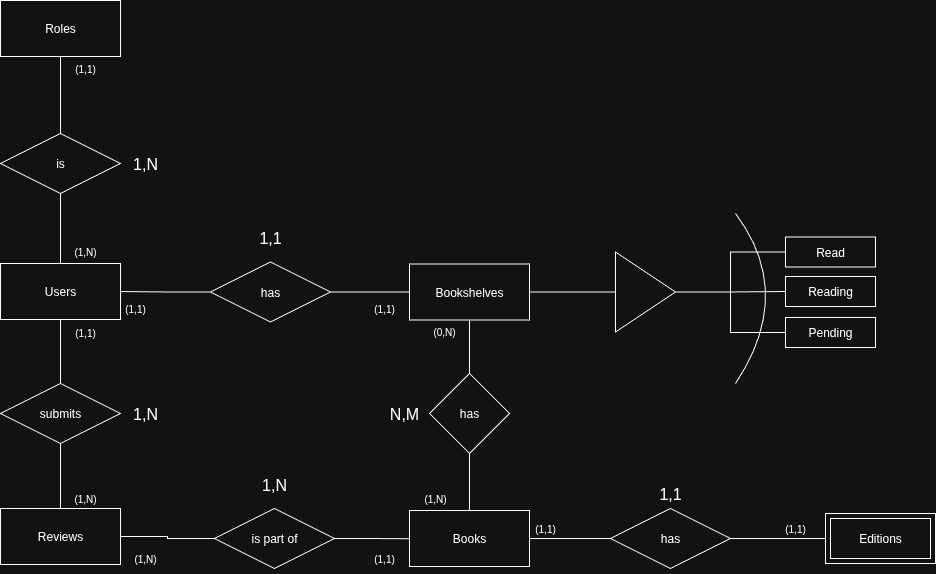
Earlier version of the draw.io export documentacion/diagramas/diagrama-er-bookbag.png (moronosoutotomas/proyecto-final-daw). Source tidied: cells renumbered, new cells last; positions are measured from the earlier drawing's top-left corner, leaving out a move shared by most shapes.
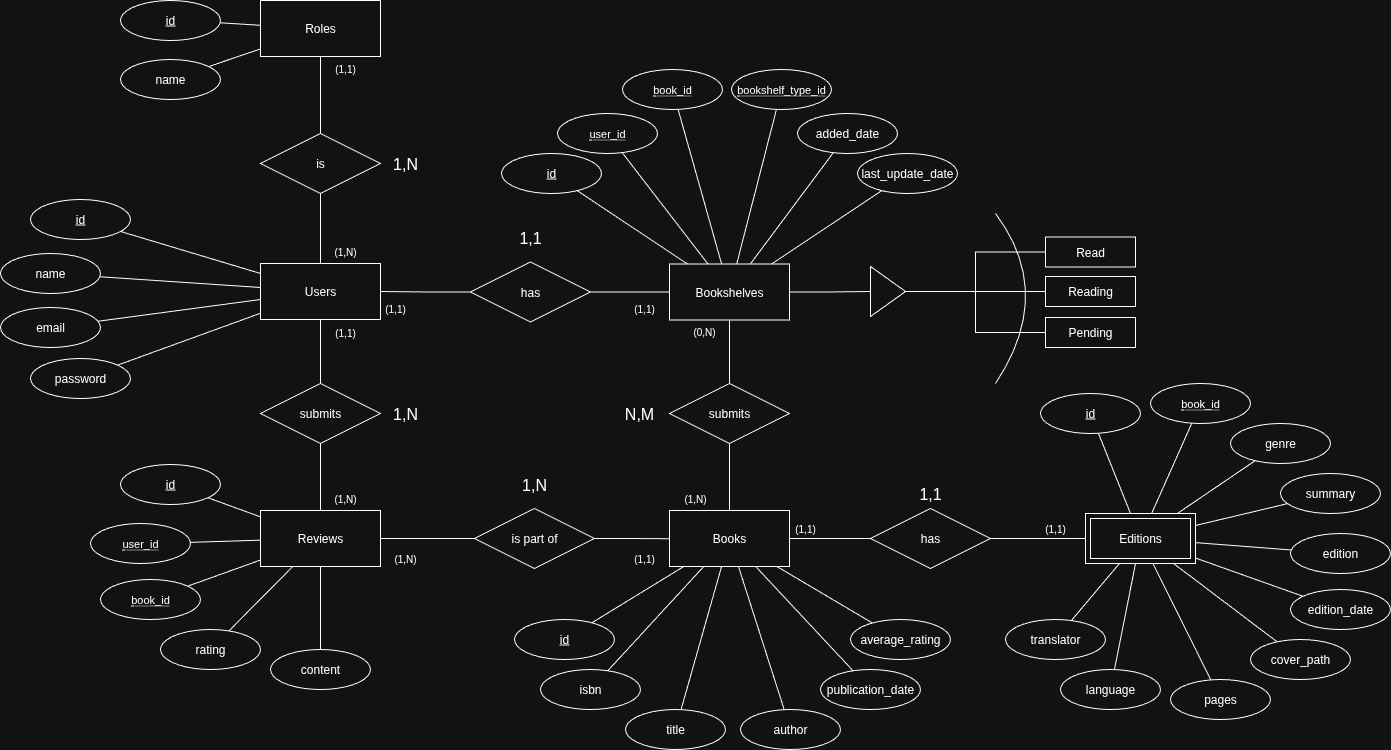
Later version of the same file.

Commit message:
Añadidos los atributos a los diagramas

Change to the diagram source:
```diff
@@ -19,14 +19,2 @@
     </mxCell>
-    <mxCell id="7" style="rhombus;whiteSpace=wrap;html=1;verticalAlign=top;strokeWidth=1;" parent="1" vertex="1">
-      <mxGeometry x="429" y="373" width="80" height="80" as="geometry" />
-    </mxCell>
-    <mxCell id="8" style="edgeStyle=orthogonalEdgeStyle;rounded=0;jettySize=auto;html=1;endArrow=none;endFill=0;" parent="1" edge="1" source="10" target="55">
-      <mxGeometry relative="1" as="geometry" />
-    </mxCell>
-    <mxCell id="9" style="edgeStyle=orthogonalEdgeStyle;rounded=0;jettySize=auto;html=1;endArrow=none;endFill=0;" parent="1" edge="1" source="10" target="56">
-      <mxGeometry relative="1" as="geometry" />
-    </mxCell>
-    <mxCell id="10" value="has" style="text;html=1;align=center;verticalAlign=middle;whiteSpace=wrap;rounded=0;" parent="1" vertex="1">
-      <mxGeometry x="434" y="373" width="70" height="80" as="geometry" />
-    </mxCell>
     <mxCell id="11" style="edgeStyle=orthogonalEdgeStyle;rounded=0;jettySize=auto;html=1;endArrow=none;endFill=0;" parent="1" edge="1" source="14" target="16">
@@ -41,3 +29,3 @@
     <mxCell id="14" style="triangle;whiteSpace=wrap;html=1;" parent="1" vertex="1">
-      <mxGeometry x="615" y="251.5" width="60" height="80" as="geometry" />
+      <mxGeometry x="610" y="266" width="35" height="50" as="geometry" />
     </mxCell>
@@ -119,3 +107,3 @@
     <mxCell id="38" value="&lt;font&gt;N,M&lt;/font&gt;" style="text;html=1;align=center;verticalAlign=middle;whiteSpace=wrap;rounded=0;fontSize=16;" parent="1" vertex="1">
-      <mxGeometry x="374" y="398" width="60" height="30" as="geometry" />
+      <mxGeometry x="349" y="398" width="60" height="30" as="geometry" />
     </mxCell>
@@ -169,3 +157,3 @@
     <mxCell id="54" value="Reviews" style="whiteSpace=wrap;html=1;align=center;fontFamily=Helvetica;fontSize=12;fontColor=default;labelBackgroundColor=default;" parent="1" vertex="1">
-      <mxGeometry y="508" width="120" height="56" as="geometry" />
+      <mxGeometry y="510" width="120" height="56" as="geometry" />
     </mxCell>
@@ -174,2 +162,5 @@
     </mxCell>
+    <mxCell id="57" style="edgeStyle=orthogonalEdgeStyle;shape=connector;rounded=0;jettySize=auto;html=1;strokeColor=default;align=center;verticalAlign=middle;fontFamily=Helvetica;fontSize=11;fontColor=default;labelBackgroundColor=default;endArrow=none;endFill=0;" parent="1" edge="1" source="56" target="125">
+      <mxGeometry relative="1" as="geometry" />
+    </mxCell>
     <mxCell id="56" value="Books" style="whiteSpace=wrap;html=1;align=center;fontFamily=Helvetica;fontSize=12;fontColor=default;labelBackgroundColor=default;" parent="1" vertex="1">
@@ -177,2 +168,206 @@
     </mxCell>
+    <mxCell id="58" style="shape=connector;rounded=0;jettySize=auto;html=1;strokeColor=default;align=center;verticalAlign=middle;fontFamily=Helvetica;fontSize=11;fontColor=default;labelBackgroundColor=default;endArrow=none;endFill=0;" parent="1" edge="1" source="59" target="53">
+      <mxGeometry relative="1" as="geometry" />
+    </mxCell>
+    <mxCell id="59" value="name" style="ellipse;whiteSpace=wrap;html=1;align=center;" parent="1" vertex="1">
+      <mxGeometry x="-260" y="253" width="100" height="40" as="geometry" />
+    </mxCell>
+    <mxCell id="60" style="rounded=0;jettySize=auto;html=1;endArrow=none;endFill=0;" parent="1" edge="1" source="61" target="53">
+      <mxGeometry relative="1" as="geometry" />
+    </mxCell>
+    <mxCell id="61" value="id" style="ellipse;whiteSpace=wrap;html=1;align=center;fontStyle=4;" parent="1" vertex="1">
+      <mxGeometry x="-230" y="199" width="100" height="40" as="geometry" />
+    </mxCell>
+    <mxCell id="62" style="shape=connector;rounded=0;jettySize=auto;html=1;strokeColor=default;align=center;verticalAlign=middle;fontFamily=Helvetica;fontSize=11;fontColor=default;labelBackgroundColor=default;endArrow=none;endFill=0;" parent="1" edge="1" source="63" target="53">
+      <mxGeometry relative="1" as="geometry" />
+    </mxCell>
+    <mxCell id="63" value="email" style="ellipse;whiteSpace=wrap;html=1;align=center;" parent="1" vertex="1">
+      <mxGeometry x="-260" y="307" width="100" height="40" as="geometry" />
+    </mxCell>
+    <mxCell id="64" style="shape=connector;rounded=0;jettySize=auto;html=1;strokeColor=default;align=center;verticalAlign=middle;fontFamily=Helvetica;fontSize=11;fontColor=default;labelBackgroundColor=default;endArrow=none;endFill=0;" parent="1" edge="1" source="65" target="53">
+      <mxGeometry relative="1" as="geometry" />
+    </mxCell>
+    <mxCell id="65" value="password" style="ellipse;whiteSpace=wrap;html=1;align=center;" parent="1" vertex="1">
+      <mxGeometry x="-230" y="358" width="100" height="40" as="geometry" />
+    </mxCell>
+    <mxCell id="66" style="shape=connector;rounded=0;jettySize=auto;html=1;strokeColor=default;align=center;verticalAlign=middle;fontFamily=Helvetica;fontSize=11;fontColor=default;labelBackgroundColor=default;endArrow=none;endFill=0;" parent="1" edge="1" source="67" target="54">
+      <mxGeometry relative="1" as="geometry" />
+    </mxCell>
+    <mxCell id="67" value="id" style="ellipse;whiteSpace=wrap;html=1;align=center;fontStyle=4;" parent="1" vertex="1">
+      <mxGeometry x="-140" y="464" width="100" height="40" as="geometry" />
+    </mxCell>
+    <mxCell id="68" style="shape=connector;rounded=0;jettySize=auto;html=1;strokeColor=default;align=center;verticalAlign=middle;fontFamily=Helvetica;fontSize=11;fontColor=default;labelBackgroundColor=default;endArrow=none;endFill=0;" parent="1" edge="1" source="69" target="56">
+      <mxGeometry relative="1" as="geometry" />
+    </mxCell>
+    <mxCell id="69" value="id" style="ellipse;whiteSpace=wrap;html=1;align=center;fontStyle=4;" parent="1" vertex="1">
+      <mxGeometry x="254" y="619" width="100" height="40" as="geometry" />
+    </mxCell>
+    <mxCell id="70" style="shape=connector;rounded=0;jettySize=auto;html=1;strokeColor=default;align=center;verticalAlign=middle;fontFamily=Helvetica;fontSize=11;fontColor=default;labelBackgroundColor=default;endArrow=none;endFill=0;" parent="1" edge="1" source="71" target="40">
+      <mxGeometry relative="1" as="geometry" />
+    </mxCell>
+    <mxCell id="71" value="id" style="ellipse;whiteSpace=wrap;html=1;align=center;fontStyle=4;" parent="1" vertex="1">
+      <mxGeometry x="780" y="393" width="100" height="40" as="geometry" />
+    </mxCell>
+    <mxCell id="72" style="shape=connector;rounded=0;jettySize=auto;html=1;strokeColor=default;align=center;verticalAlign=middle;fontFamily=Helvetica;fontSize=11;fontColor=default;labelBackgroundColor=default;endArrow=none;endFill=0;" parent="1" edge="1" source="73" target="55">
+      <mxGeometry relative="1" as="geometry" />
+    </mxCell>
+    <mxCell id="73" value="id" style="ellipse;whiteSpace=wrap;html=1;align=center;fontStyle=4;" parent="1" vertex="1">
+      <mxGeometry x="241" y="153" width="100" height="40" as="geometry" />
+    </mxCell>
+    <mxCell id="74" style="shape=connector;rounded=0;jettySize=auto;html=1;strokeColor=default;align=center;verticalAlign=middle;fontFamily=Helvetica;fontSize=11;fontColor=default;labelBackgroundColor=default;endArrow=none;endFill=0;" parent="1" edge="1" source="75" target="56">
+      <mxGeometry relative="1" as="geometry" />
+    </mxCell>
+    <mxCell id="75" value="isbn" style="ellipse;whiteSpace=wrap;html=1;align=center;" parent="1" vertex="1">
+      <mxGeometry x="280" y="669" width="100" height="40" as="geometry" />
+    </mxCell>
+    <mxCell id="76" style="shape=connector;rounded=0;jettySize=auto;html=1;strokeColor=default;align=center;verticalAlign=middle;fontFamily=Helvetica;fontSize=11;fontColor=default;labelBackgroundColor=default;endArrow=none;endFill=0;" parent="1" edge="1" source="77" target="56">
+      <mxGeometry relative="1" as="geometry" />
+    </mxCell>
+    <mxCell id="77" value="title" style="ellipse;whiteSpace=wrap;html=1;align=center;" parent="1" vertex="1">
+      <mxGeometry x="365" y="709" width="100" height="40" as="geometry" />
+    </mxCell>
+    <mxCell id="78" style="shape=connector;rounded=0;jettySize=auto;html=1;strokeColor=default;align=center;verticalAlign=middle;fontFamily=Helvetica;fontSize=11;fontColor=default;labelBackgroundColor=default;endArrow=none;endFill=0;" parent="1" edge="1" source="79" target="56">
+      <mxGeometry relative="1" as="geometry" />
+    </mxCell>
+    <mxCell id="79" value="author" style="ellipse;whiteSpace=wrap;html=1;align=center;" parent="1" vertex="1">
+      <mxGeometry x="480" y="709" width="100" height="40" as="geometry" />
+    </mxCell>
+    <mxCell id="80" style="shape=connector;rounded=0;jettySize=auto;html=1;strokeColor=default;align=center;verticalAlign=middle;fontFamily=Helvetica;fontSize=11;fontColor=default;labelBackgroundColor=default;endArrow=none;endFill=0;" parent="1" edge="1" source="81" target="56">
+      <mxGeometry relative="1" as="geometry" />
+    </mxCell>
+    <mxCell id="81" value="publication_date" style="ellipse;whiteSpace=wrap;html=1;align=center;" parent="1" vertex="1">
+      <mxGeometry x="560" y="669" width="100" height="40" as="geometry" />
+    </mxCell>
+    <mxCell id="82" style="shape=connector;rounded=0;jettySize=auto;html=1;strokeColor=default;align=center;verticalAlign=middle;fontFamily=Helvetica;fontSize=11;fontColor=default;labelBackgroundColor=default;endArrow=none;endFill=0;" parent="1" edge="1" source="83" target="56">
+      <mxGeometry relative="1" as="geometry" />
+    </mxCell>
+    <mxCell id="83" value="average_rating" style="ellipse;whiteSpace=wrap;html=1;align=center;" parent="1" vertex="1">
+      <mxGeometry x="590" y="619" width="100" height="40" as="geometry" />
+    </mxCell>
+    <mxCell id="84" style="shape=connector;rounded=0;jettySize=auto;html=1;strokeColor=default;align=center;verticalAlign=middle;fontFamily=Helvetica;fontSize=11;fontColor=default;labelBackgroundColor=default;endArrow=none;endFill=0;" parent="1" edge="1" source="85" target="54">
+      <mxGeometry relative="1" as="geometry" />
+    </mxCell>
+    <mxCell id="85" value="&lt;span style=&quot;border-bottom: 1px dotted&quot;&gt;user_id&lt;/span&gt;" style="ellipse;whiteSpace=wrap;html=1;align=center;fontFamily=Helvetica;fontSize=11;fontColor=default;labelBackgroundColor=default;" parent="1" vertex="1">
+      <mxGeometry x="-170" y="523" width="100" height="40" as="geometry" />
+    </mxCell>
+    <mxCell id="86" style="shape=connector;rounded=0;jettySize=auto;html=1;strokeColor=default;align=center;verticalAlign=middle;fontFamily=Helvetica;fontSize=11;fontColor=default;labelBackgroundColor=default;endArrow=none;endFill=0;" parent="1" edge="1" source="87" target="54">
+      <mxGeometry relative="1" as="geometry" />
+    </mxCell>
+    <mxCell id="87" value="&lt;span style=&quot;border-bottom: 1px dotted&quot;&gt;book_id&lt;/span&gt;" style="ellipse;whiteSpace=wrap;html=1;align=center;fontFamily=Helvetica;fontSize=11;fontColor=default;labelBackgroundColor=default;" parent="1" vertex="1">
+      <mxGeometry x="-160" y="579" width="100" height="40" as="geometry" />
+    </mxCell>
+    <mxCell id="88" style="shape=connector;rounded=0;jettySize=auto;html=1;strokeColor=default;align=center;verticalAlign=middle;fontFamily=Helvetica;fontSize=11;fontColor=default;labelBackgroundColor=default;endArrow=none;endFill=0;" parent="1" edge="1" source="89" target="54">
+      <mxGeometry relative="1" as="geometry" />
+    </mxCell>
+    <mxCell id="89" value="rating" style="ellipse;whiteSpace=wrap;html=1;align=center;" parent="1" vertex="1">
+      <mxGeometry x="-100" y="629" width="100" height="40" as="geometry" />
+    </mxCell>
+    <mxCell id="90" style="shape=connector;rounded=0;jettySize=auto;html=1;strokeColor=default;align=center;verticalAlign=middle;fontFamily=Helvetica;fontSize=11;fontColor=default;labelBackgroundColor=default;endArrow=none;endFill=0;" parent="1" edge="1" source="91" target="54">
+      <mxGeometry relative="1" as="geometry" />
+    </mxCell>
+    <mxCell id="91" value="content" style="ellipse;whiteSpace=wrap;html=1;align=center;" parent="1" vertex="1">
+      <mxGeometry x="10" y="649" width="100" height="40" as="geometry" />
+    </mxCell>
+    <mxCell id="92" style="shape=connector;rounded=0;jettySize=auto;html=1;strokeColor=default;align=center;verticalAlign=middle;fontFamily=Helvetica;fontSize=11;fontColor=default;labelBackgroundColor=default;endArrow=none;endFill=0;" parent="1" edge="1" source="93" target="40">
+      <mxGeometry relative="1" as="geometry" />
+    </mxCell>
+    <mxCell id="93" value="&lt;span style=&quot;border-bottom: 1px dotted&quot;&gt;book_id&lt;/span&gt;" style="ellipse;whiteSpace=wrap;html=1;align=center;fontFamily=Helvetica;fontSize=11;fontColor=default;labelBackgroundColor=default;" parent="1" vertex="1">
+      <mxGeometry x="890" y="383" width="100" height="40" as="geometry" />
+    </mxCell>
+    <mxCell id="94" style="shape=connector;rounded=0;jettySize=auto;html=1;strokeColor=default;align=center;verticalAlign=middle;fontFamily=Helvetica;fontSize=11;fontColor=default;labelBackgroundColor=default;endArrow=none;endFill=0;" parent="1" edge="1" source="95" target="40">
+      <mxGeometry relative="1" as="geometry" />
+    </mxCell>
+    <mxCell id="95" value="genre" style="ellipse;whiteSpace=wrap;html=1;align=center;" parent="1" vertex="1">
+      <mxGeometry x="970" y="423" width="100" height="40" as="geometry" />
+    </mxCell>
+    <mxCell id="96" style="shape=connector;rounded=0;jettySize=auto;html=1;strokeColor=default;align=center;verticalAlign=middle;fontFamily=Helvetica;fontSize=11;fontColor=default;labelBackgroundColor=default;endArrow=none;endFill=0;" parent="1" edge="1" source="97" target="40">
+      <mxGeometry relative="1" as="geometry" />
+    </mxCell>
+    <mxCell id="97" value="summary" style="ellipse;whiteSpace=wrap;html=1;align=center;" parent="1" vertex="1">
+      <mxGeometry x="1020" y="473" width="100" height="40" as="geometry" />
+    </mxCell>
+    <mxCell id="98" style="shape=connector;rounded=0;jettySize=auto;html=1;strokeColor=default;align=center;verticalAlign=middle;fontFamily=Helvetica;fontSize=11;fontColor=default;labelBackgroundColor=default;endArrow=none;endFill=0;" parent="1" edge="1" source="99" target="40">
+      <mxGeometry relative="1" as="geometry" />
+    </mxCell>
+    <mxCell id="99" value="language" style="ellipse;whiteSpace=wrap;html=1;align=center;" parent="1" vertex="1">
+      <mxGeometry x="800" y="669" width="100" height="40" as="geometry" />
+    </mxCell>
+    <mxCell id="100" style="shape=connector;rounded=0;jettySize=auto;html=1;strokeColor=default;align=center;verticalAlign=middle;fontFamily=Helvetica;fontSize=11;fontColor=default;labelBackgroundColor=default;endArrow=none;endFill=0;" parent="1" edge="1" source="101" target="40">
+      <mxGeometry relative="1" as="geometry" />
+    </mxCell>
+    <mxCell id="101" value="cover_path" style="ellipse;whiteSpace=wrap;html=1;align=center;" parent="1" vertex="1">
+      <mxGeometry x="990" y="639" width="100" height="40" as="geometry" />
+    </mxCell>
+    <mxCell id="102" style="shape=connector;rounded=0;jettySize=auto;html=1;strokeColor=default;align=center;verticalAlign=middle;fontFamily=Helvetica;fontSize=11;fontColor=default;labelBackgroundColor=default;endArrow=none;endFill=0;" parent="1" edge="1" source="103" target="40">
+      <mxGeometry relative="1" as="geometry" />
+    </mxCell>
+    <mxCell id="103" value="edition" style="ellipse;whiteSpace=wrap;html=1;align=center;" parent="1" vertex="1">
+      <mxGeometry x="1030" y="533" width="100" height="40" as="geometry" />
+    </mxCell>
+    <mxCell id="104" style="shape=connector;rounded=0;jettySize=auto;html=1;strokeColor=default;align=center;verticalAlign=middle;fontFamily=Helvetica;fontSize=11;fontColor=default;labelBackgroundColor=default;endArrow=none;endFill=0;" parent="1" edge="1" source="105" target="40">
+      <mxGeometry relative="1" as="geometry" />
+    </mxCell>
+    <mxCell id="105" value="edition_date" style="ellipse;whiteSpace=wrap;html=1;align=center;" parent="1" vertex="1">
+      <mxGeometry x="1030" y="589" width="100" height="40" as="geometry" />
+    </mxCell>
+    <mxCell id="106" style="shape=connector;rounded=0;jettySize=auto;html=1;strokeColor=default;align=center;verticalAlign=middle;fontFamily=Helvetica;fontSize=11;fontColor=default;labelBackgroundColor=default;endArrow=none;endFill=0;" parent="1" edge="1" source="107" target="40">
+      <mxGeometry relative="1" as="geometry" />
+    </mxCell>
+    <mxCell id="107" value="pages" style="ellipse;whiteSpace=wrap;html=1;align=center;" parent="1" vertex="1">
+      <mxGeometry x="910" y="679" width="100" height="40" as="geometry" />
+    </mxCell>
+    <mxCell id="108" style="shape=connector;rounded=0;jettySize=auto;html=1;strokeColor=default;align=center;verticalAlign=middle;fontFamily=Helvetica;fontSize=11;fontColor=default;labelBackgroundColor=default;endArrow=none;endFill=0;" parent="1" edge="1" source="109" target="40">
+      <mxGeometry relative="1" as="geometry" />
+    </mxCell>
+    <mxCell id="109" value="translator" style="ellipse;whiteSpace=wrap;html=1;align=center;" parent="1" vertex="1">
+      <mxGeometry x="745" y="619" width="100" height="40" as="geometry" />
+    </mxCell>
+    <mxCell id="110" style="shape=connector;rounded=0;jettySize=auto;html=1;strokeColor=default;align=center;verticalAlign=middle;fontFamily=Helvetica;fontSize=11;fontColor=default;labelBackgroundColor=default;endArrow=none;endFill=0;" parent="1" edge="1" source="111" target="55">
+      <mxGeometry relative="1" as="geometry" />
+    </mxCell>
+    <mxCell id="111" value="&lt;span style=&quot;border-bottom: 1px dotted&quot;&gt;user_id&lt;/span&gt;" style="ellipse;whiteSpace=wrap;html=1;align=center;fontFamily=Helvetica;fontSize=11;fontColor=default;labelBackgroundColor=default;" parent="1" vertex="1">
+      <mxGeometry x="297" y="113" width="100" height="40" as="geometry" />
+    </mxCell>
+    <mxCell id="112" style="shape=connector;rounded=0;jettySize=auto;html=1;strokeColor=default;align=center;verticalAlign=middle;fontFamily=Helvetica;fontSize=11;fontColor=default;labelBackgroundColor=default;endArrow=none;endFill=0;" parent="1" edge="1" source="113" target="55">
+      <mxGeometry relative="1" as="geometry" />
+    </mxCell>
+    <mxCell id="113" value="&lt;span style=&quot;border-bottom: 1px dotted&quot;&gt;book_id&lt;/span&gt;" style="ellipse;whiteSpace=wrap;html=1;align=center;fontFamily=Helvetica;fontSize=11;fontColor=default;labelBackgroundColor=default;" parent="1" vertex="1">
+      <mxGeometry x="362" y="69" width="100" height="40" as="geometry" />
+    </mxCell>
+    <mxCell id="114" style="shape=connector;rounded=0;jettySize=auto;html=1;strokeColor=default;align=center;verticalAlign=middle;fontFamily=Helvetica;fontSize=11;fontColor=default;labelBackgroundColor=default;endArrow=none;endFill=0;" parent="1" edge="1" source="115" target="55">
+      <mxGeometry relative="1" as="geometry" />
+    </mxCell>
+    <mxCell id="115" value="&lt;span style=&quot;border-bottom: 1px dotted&quot;&gt;bookshelf_type_id&lt;/span&gt;" style="ellipse;whiteSpace=wrap;html=1;align=center;fontFamily=Helvetica;fontSize=11;fontColor=default;labelBackgroundColor=default;" parent="1" vertex="1">
+      <mxGeometry x="471" y="69" width="100" height="40" as="geometry" />
+    </mxCell>
+    <mxCell id="116" style="shape=connector;rounded=0;jettySize=auto;html=1;strokeColor=default;align=center;verticalAlign=middle;fontFamily=Helvetica;fontSize=11;fontColor=default;labelBackgroundColor=default;endArrow=none;endFill=0;" parent="1" edge="1" source="117" target="55">
+      <mxGeometry relative="1" as="geometry" />
+    </mxCell>
+    <mxCell id="117" value="added_date" style="ellipse;whiteSpace=wrap;html=1;align=center;" parent="1" vertex="1">
+      <mxGeometry x="537" y="113" width="100" height="40" as="geometry" />
+    </mxCell>
+    <mxCell id="118" style="shape=connector;rounded=0;jettySize=auto;html=1;strokeColor=default;align=center;verticalAlign=middle;fontFamily=Helvetica;fontSize=11;fontColor=default;labelBackgroundColor=default;endArrow=none;endFill=0;" parent="1" edge="1" source="119" target="55">
+      <mxGeometry relative="1" as="geometry" />
+    </mxCell>
+    <mxCell id="119" value="last_update_date" style="ellipse;whiteSpace=wrap;html=1;align=center;" parent="1" vertex="1">
+      <mxGeometry x="597" y="153" width="100" height="40" as="geometry" />
+    </mxCell>
+    <mxCell id="120" style="shape=connector;rounded=0;jettySize=auto;html=1;strokeColor=default;align=center;verticalAlign=middle;fontFamily=Helvetica;fontSize=11;fontColor=default;labelBackgroundColor=default;endArrow=none;endFill=0;" parent="1" edge="1" source="121" target="52">
+      <mxGeometry relative="1" as="geometry" />
+    </mxCell>
+    <mxCell id="121" value="id" style="ellipse;whiteSpace=wrap;html=1;align=center;fontStyle=4;" parent="1" vertex="1">
+      <mxGeometry x="-140" width="100" height="40" as="geometry" />
+    </mxCell>
+    <mxCell id="122" style="shape=connector;rounded=0;jettySize=auto;html=1;strokeColor=default;align=center;verticalAlign=middle;fontFamily=Helvetica;fontSize=11;fontColor=default;labelBackgroundColor=default;endArrow=none;endFill=0;" parent="1" edge="1" source="123" target="52">
+      <mxGeometry relative="1" as="geometry" />
+    </mxCell>
+    <mxCell id="123" value="name" style="ellipse;whiteSpace=wrap;html=1;align=center;" parent="1" vertex="1">
+      <mxGeometry x="-140" y="59" width="100" height="40" as="geometry" />
+    </mxCell>
+    <mxCell id="124" style="edgeStyle=orthogonalEdgeStyle;shape=connector;rounded=0;jettySize=auto;html=1;strokeColor=default;align=center;verticalAlign=middle;fontFamily=Helvetica;fontSize=11;fontColor=default;labelBackgroundColor=default;endArrow=none;endFill=0;" parent="1" edge="1" source="125" target="55">
+      <mxGeometry relative="1" as="geometry" />
+    </mxCell>
+    <mxCell id="125" value="submits" style="shape=rhombus;perimeter=rhombusPerimeter;whiteSpace=wrap;html=1;align=center;" parent="1" vertex="1">
+      <mxGeometry x="409" y="383" width="120" height="60" as="geometry" />
+    </mxCell>
   </root>
```
